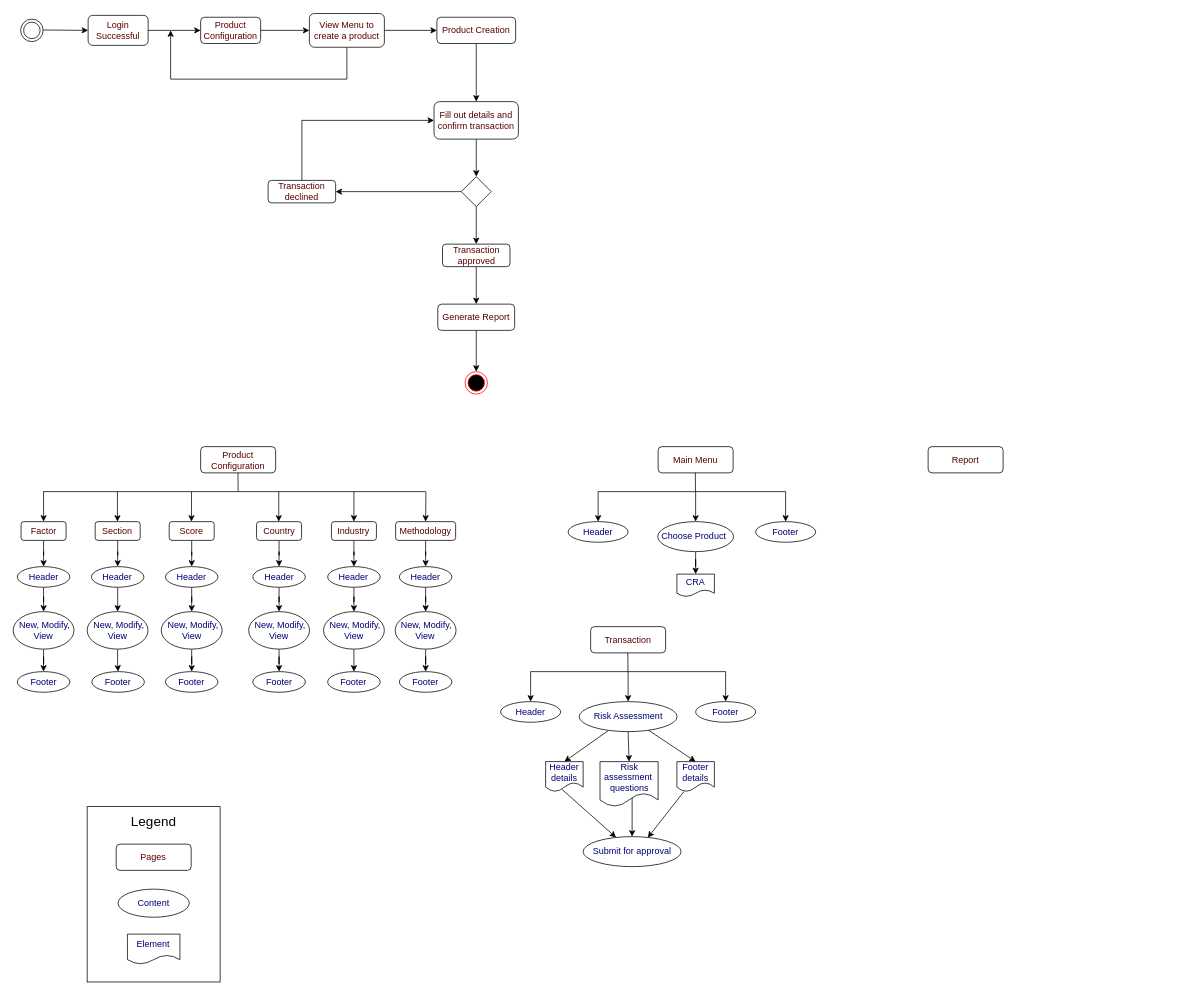
Above: Untitled Diagram.drawio in Deeshti/cs (draw.io), before the change. Source tidied: cells renumbered, new cells numbered last; positions are measured from the earlier drawing's top-left corner, leaving out a move shared by most shapes. Both pictures are drawn from the tidied source at 75%, with x=0, y=0 at pixel (13, 13).
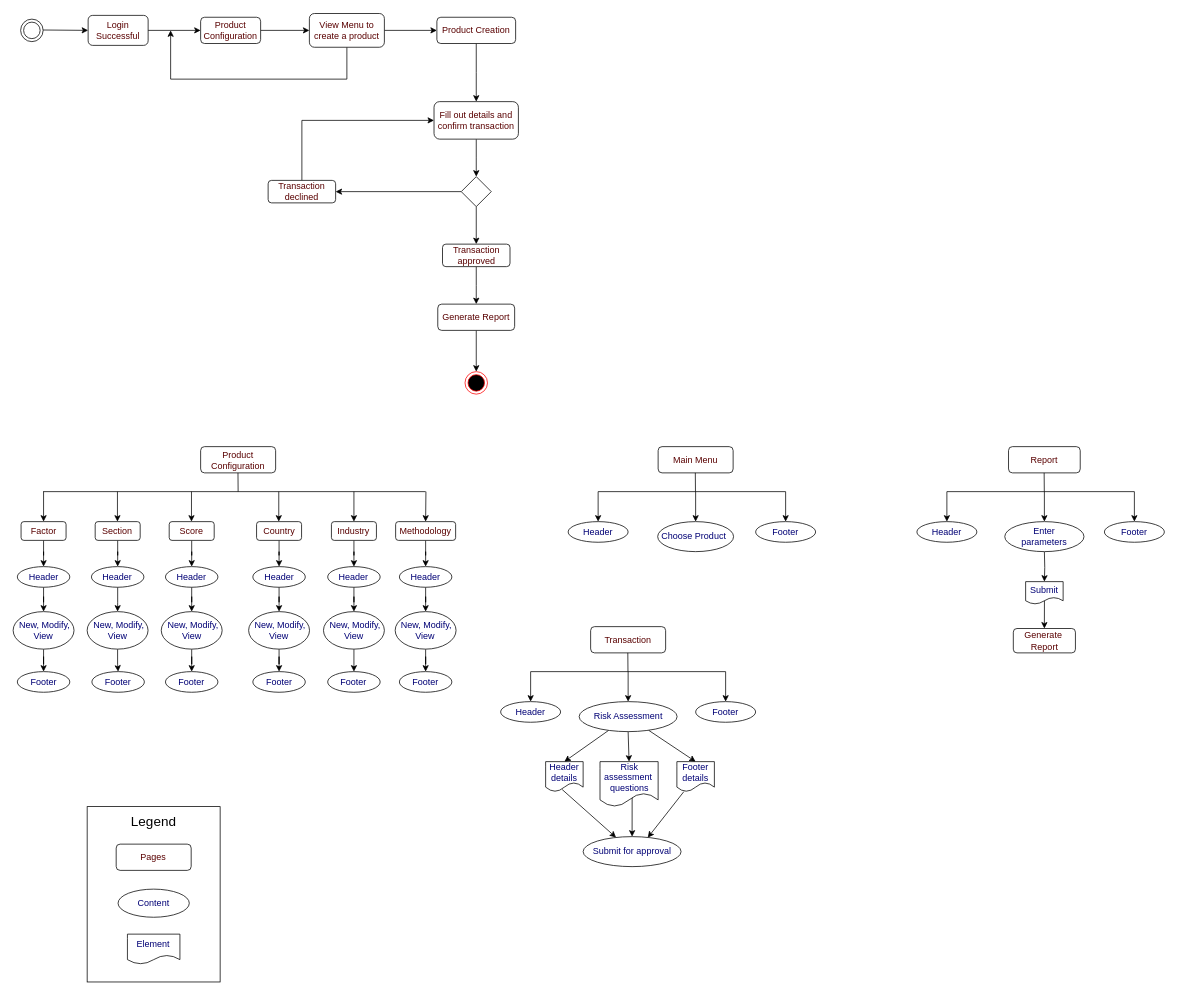
Above is the later version.

The change refers to these unchanged cells:
```xml
<mxCell id="84" value="&lt;font color=&quot;#000075&quot;&gt;Choose Product&amp;nbsp;&lt;/font&gt;" style="ellipse;whiteSpace=wrap;html=1;rounded=1;" parent="1" vertex="1">
  <mxGeometry x="859.4" y="678" width="101.2" height="40" as="geometry" />
</mxCell>
```

What changed in the source:
```diff
@@
-    <mxCell id="83" style="edgeStyle=orthogonalEdgeStyle;rounded=0;jettySize=auto;html=1;fontColor=#000075;" parent="1" edge="1" source="84" target="87">
-      <mxGeometry relative="1" as="geometry" />
+    <mxCell id="83" style="edgeStyle=orthogonalEdgeStyle;rounded=0;jettySize=auto;html=1;fontColor=#000075;" parent="1" edge="1" target="87">
+      <mxGeometry relative="1" as="geometry">
+        <mxPoint x="1375" y="718" as="sourcePoint" />
+      </mxGeometry>
     </mxCell>
@@
+    <mxCell id="112" style="edgeStyle=none;rounded=0;jettySize=auto;html=1;entryX=0.5;entryY=0;entryDx=0;entryDy=0;fontSize=18;fontColor=#000000;exitX=0.502;exitY=0.82;exitDx=0;exitDy=0;exitPerimeter=0;" parent="1" edge="1" source="87" target="121">
+      <mxGeometry relative="1" as="geometry" />
+    </mxCell>
-    <mxCell id="87" value="&lt;font color=&quot;#000075&quot;&gt;CRA&lt;/font&gt;" style="shape=document;whiteSpace=wrap;html=1;boundedLbl=1;rounded=1;" parent="1" vertex="1">
-      <mxGeometry x="885" y="748" width="50" height="30" as="geometry" />
+    <mxCell id="87" value="&lt;font color=&quot;#000075&quot;&gt;Submit&lt;/font&gt;" style="shape=document;whiteSpace=wrap;html=1;boundedLbl=1;rounded=1;" parent="1" vertex="1">
+      <mxGeometry x="1350" y="758" width="50" height="30" as="geometry" />
     </mxCell>
@@
     <mxCell id="107" value="&lt;font color=&quot;#590000&quot;&gt;Report&lt;/font&gt;" style="whiteSpace=wrap;html=1;rounded=1;" parent="1" vertex="1">
-      <mxGeometry x="1220" y="578" width="100" height="35" as="geometry" />
+      <mxGeometry x="1327.2" y="578" width="95.6" height="35" as="geometry" />
     </mxCell>
@@
+    <mxCell id="113" style="endArrow=none;html=1;rounded=0;fontColor=#590000;" parent="1" edge="1">
+      <mxGeometry relative="1" as="geometry">
+        <mxPoint x="1245" y="638" as="sourcePoint" />
+        <mxPoint x="1495" y="638" as="targetPoint" />
+      </mxGeometry>
+    </mxCell>
+    <mxCell id="114" style="endArrow=classic;html=1;rounded=0;fontColor=#590000;" parent="1" edge="1">
+      <mxGeometry relative="1" as="geometry">
+        <mxPoint x="1245" y="638" as="sourcePoint" />
+        <mxPoint x="1245" y="678" as="targetPoint" />
+      </mxGeometry>
+    </mxCell>
+    <mxCell id="115" value="&lt;font color=&quot;#000075&quot;&gt;Header&lt;/font&gt;" style="ellipse;whiteSpace=wrap;html=1;rounded=1;" parent="1" vertex="1">
+      <mxGeometry x="1205" y="678" width="80" height="27.5" as="geometry" />
+    </mxCell>
+    <mxCell id="116" style="endArrow=classic;html=1;rounded=0;fontColor=#590000;" parent="1" edge="1">
+      <mxGeometry relative="1" as="geometry">
+        <mxPoint x="1375" y="638" as="sourcePoint" />
+        <mxPoint x="1375" y="678" as="targetPoint" />
+      </mxGeometry>
+    </mxCell>
+    <mxCell id="117" value="&lt;font color=&quot;#000075&quot;&gt;Enter &lt;br&gt;parameters&lt;/font&gt;" style="ellipse;whiteSpace=wrap;html=1;rounded=1;" parent="1" vertex="1">
+      <mxGeometry x="1322.2" y="678" width="105.6" height="40" as="geometry" />
+    </mxCell>
+    <mxCell id="118" value="&lt;font color=&quot;#000075&quot;&gt;Footer&lt;/font&gt;" style="ellipse;whiteSpace=wrap;html=1;rounded=1;" parent="1" vertex="1">
+      <mxGeometry x="1455" y="678" width="80" height="27.5" as="geometry" />
+    </mxCell>
+    <mxCell id="119" style="endArrow=classic;html=1;rounded=0;fontColor=#590000;" parent="1" edge="1">
+      <mxGeometry relative="1" as="geometry">
+        <mxPoint x="1495" y="638" as="sourcePoint" />
+        <mxPoint x="1495" y="678" as="targetPoint" />
+      </mxGeometry>
+    </mxCell>
+    <mxCell id="120" style="endArrow=none;html=1;rounded=0;fontColor=#590000;" parent="1" edge="1">
+      <mxGeometry relative="1" as="geometry">
+        <mxPoint x="1374.9" y="638" as="sourcePoint" />
+        <mxPoint x="1374.7" y="613" as="targetPoint" />
+      </mxGeometry>
+    </mxCell>
+    <mxCell id="121" value="&lt;font color=&quot;#590000&quot;&gt;Generate&amp;nbsp;&lt;br&gt;Report&lt;br&gt;&lt;/font&gt;" style="whiteSpace=wrap;html=1;rounded=1;" parent="1" vertex="1">
+      <mxGeometry x="1333.6" y="820.5" width="82.8" height="32.5" as="geometry" />
+    </mxCell>
```
